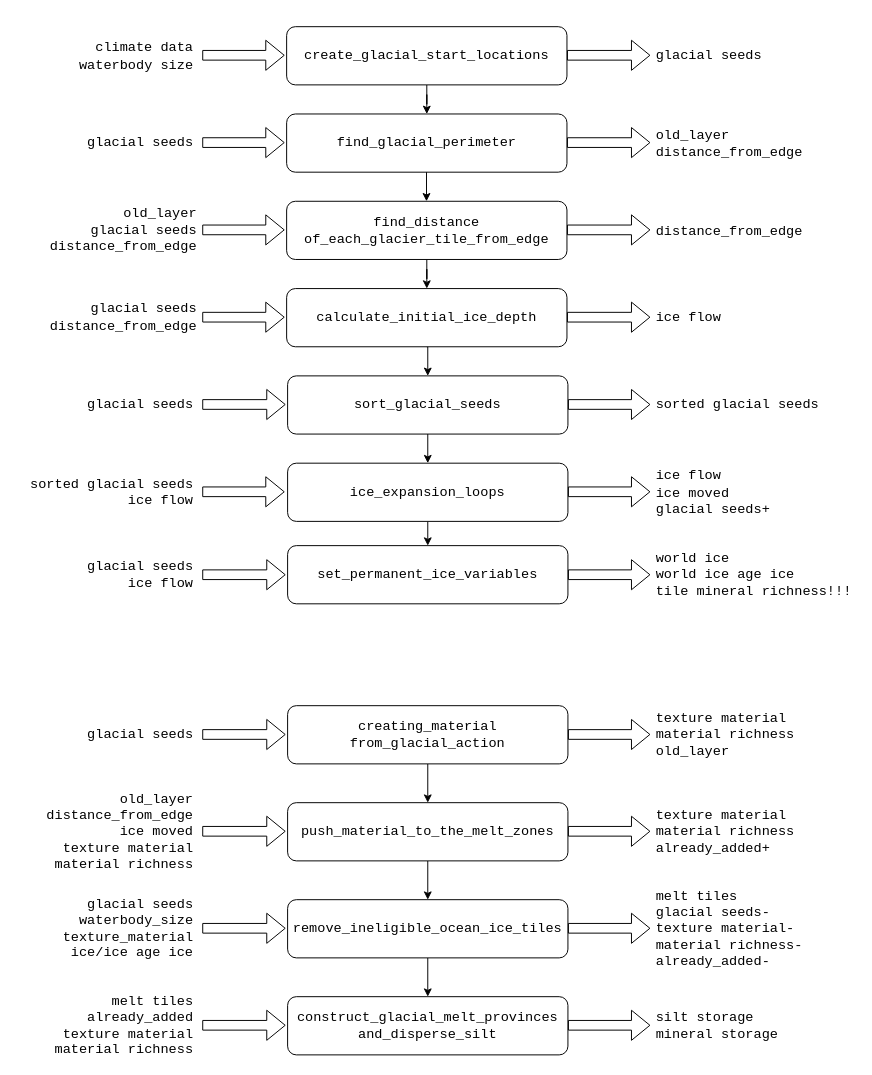
Before: sote/libsote/docs/glacial_formation_01.drawio in Calandiel/SongsOfFOSS, a draw.io diagram. Source tidied: cells renumbered, new cells numbered last; positions are measured from the earlier drawing's top-left corner, leaving out a move shared by most shapes. Both pictures are drawn from the tidied source at 97%, with x=0, y=0 at pixel (16, 16).
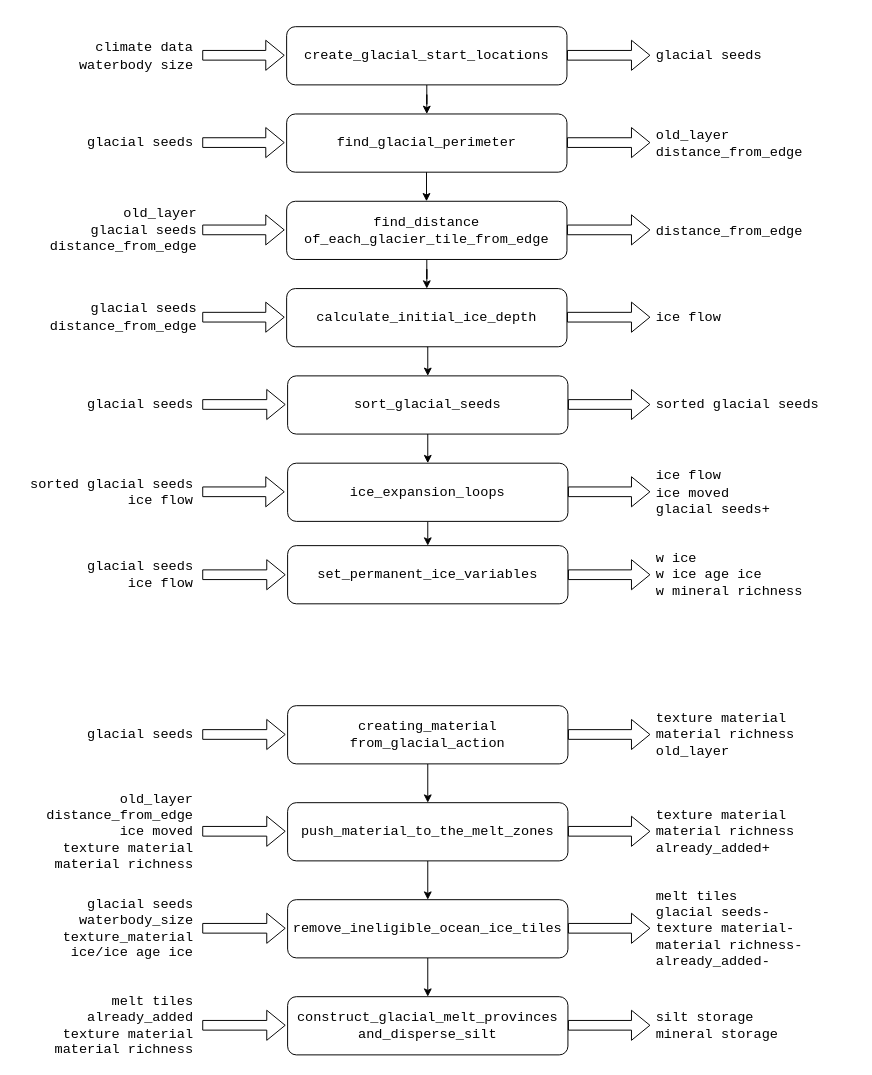
Above is the later version.

Commit message (it also covers changes not shown here):
ported chemical weathering

Change to the diagram source:
```diff
@@
-    <mxCell id="45" value="&lt;div align=&quot;left&quot;&gt;&lt;font style=&quot;font-size: 14px;&quot; face=&quot;Courier New&quot;&gt;world ice&lt;/font&gt;&lt;/div&gt;&lt;div align=&quot;left&quot;&gt;&lt;font style=&quot;font-size: 14px;&quot; face=&quot;Courier New&quot;&gt;world ice age ice&lt;/font&gt;&lt;/div&gt;&lt;div align=&quot;left&quot;&gt;&lt;font style=&quot;font-size: 14px;&quot; face=&quot;Courier New&quot;&gt;tile mineral richness!!!&lt;/font&gt;&lt;/div&gt;" style="text;html=1;align=left;verticalAlign=middle;whiteSpace=wrap;rounded=0;" parent="1" vertex="1">
+    <mxCell id="45" value="&lt;div align=&quot;left&quot;&gt;&lt;font style=&quot;font-size: 14px;&quot; face=&quot;Courier New&quot;&gt;w ice&lt;/font&gt;&lt;/div&gt;&lt;div align=&quot;left&quot;&gt;&lt;font style=&quot;font-size: 14px;&quot; face=&quot;Courier New&quot;&gt;w ice age ice&lt;/font&gt;&lt;/div&gt;&lt;div align=&quot;left&quot;&gt;&lt;font style=&quot;font-size: 14px;&quot; face=&quot;Courier New&quot;&gt;w mineral richness&lt;/font&gt;&lt;/div&gt;" style="text;html=1;align=left;verticalAlign=middle;whiteSpace=wrap;rounded=0;" parent="1" vertex="1">
       <mxGeometry x="657" y="560" width="208" height="30" as="geometry" />
     </mxCell>
```
